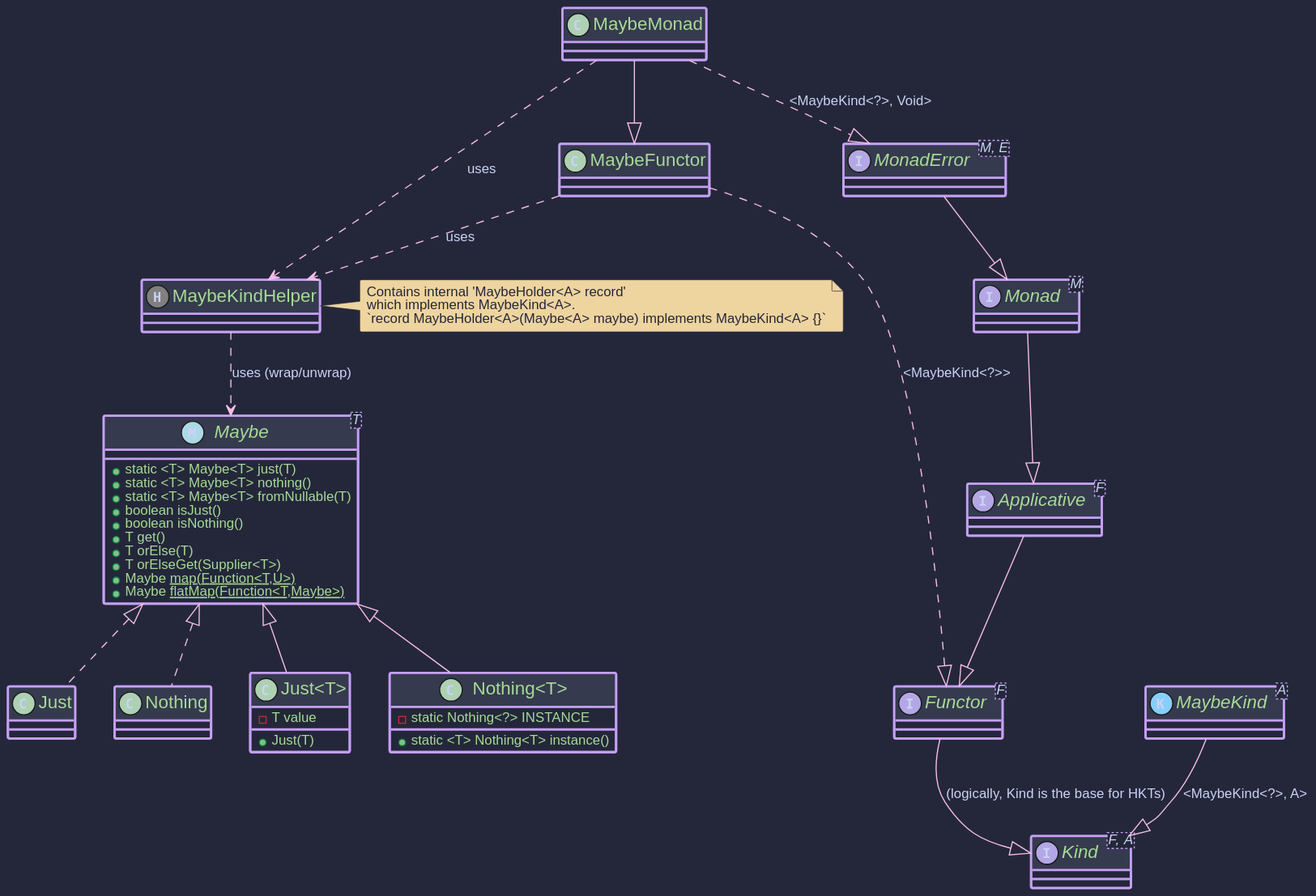
higher-kinded-j/higher-kinded-j keeps this PlantUML diagram as hkj-book/src/images/puml/maybe_monad.svg. Above is the earlier version. Source of this version:
```plantuml
@startuml
!include https://raw.githubusercontent.com/ncosta-ic/catppuccin-macchiato-plantuml-theme/main/theme.puml


interface "Kind<F, A>" as Kind
interface "Functor<F>" as Functor
interface "Applicative<F>" as Applicative
interface "Monad<M>" as MonadBase
interface "MonadError<M, E>" as MonadErrorBase


  interface "Maybe<T>" as MaybeInterface << (M,LightBlue) >> {
    + static <T> Maybe<T> just(T)
    + static <T> Maybe<T> nothing()
    + static <T> Maybe<T> fromNullable(T)
    + boolean isJust()
    + boolean isNothing()
    + T get()
    + T orElse(T)
    + T orElseGet(Supplier<T>)
    + Maybe<U> map(Function<T,U>)
    + Maybe<U> flatMap(Function<T,Maybe<U>>)
  }

  class "Just<T>" extends MaybeInterface {
    - T value
    + Just(T)
  }

  class "Nothing<T>" extends MaybeInterface {
    - static Nothing<?> INSTANCE
    + static <T> Nothing<T> instance()
  }

  interface "MaybeKind<A>" as MaybeKindBase << (K,LightSkyBlue) >> {
  }

  class "MaybeKindHelper" as MaybeKindHelper << (H,grey) >> {
  }
  note right of MaybeKindHelper
    Contains internal 'MaybeHolder<A> record'
    which implements MaybeKind<A>.
    `record MaybeHolder<A>(Maybe<A> maybe) implements MaybeKind<A> {}`
  end note


  class "MaybeFunctor" as MaybeFunctorImpl {
  }

  class "MaybeMonad" as MaybeMonadImpl {
  }


MonadErrorBase --|> MonadBase
MonadBase --|> Applicative
Applicative --|> Functor
Functor --|> Kind : (logically, Kind is the base for HKTs)

MaybeKindBase --|> Kind : <MaybeKind<?>, A>

MaybeFunctorImpl ..|> Functor : <MaybeKind<?>>
MaybeMonadImpl --|> MaybeFunctorImpl
MaybeMonadImpl ..|> MonadErrorBase : <MaybeKind<?>, Void>

MaybeMonadImpl ..> MaybeKindHelper : uses
MaybeFunctorImpl ..> MaybeKindHelper : uses
MaybeKindHelper ..> MaybeInterface : uses (wrap/unwrap)
MaybeInterface <|.. Just
MaybeInterface <|.. Nothing
@enduml
```
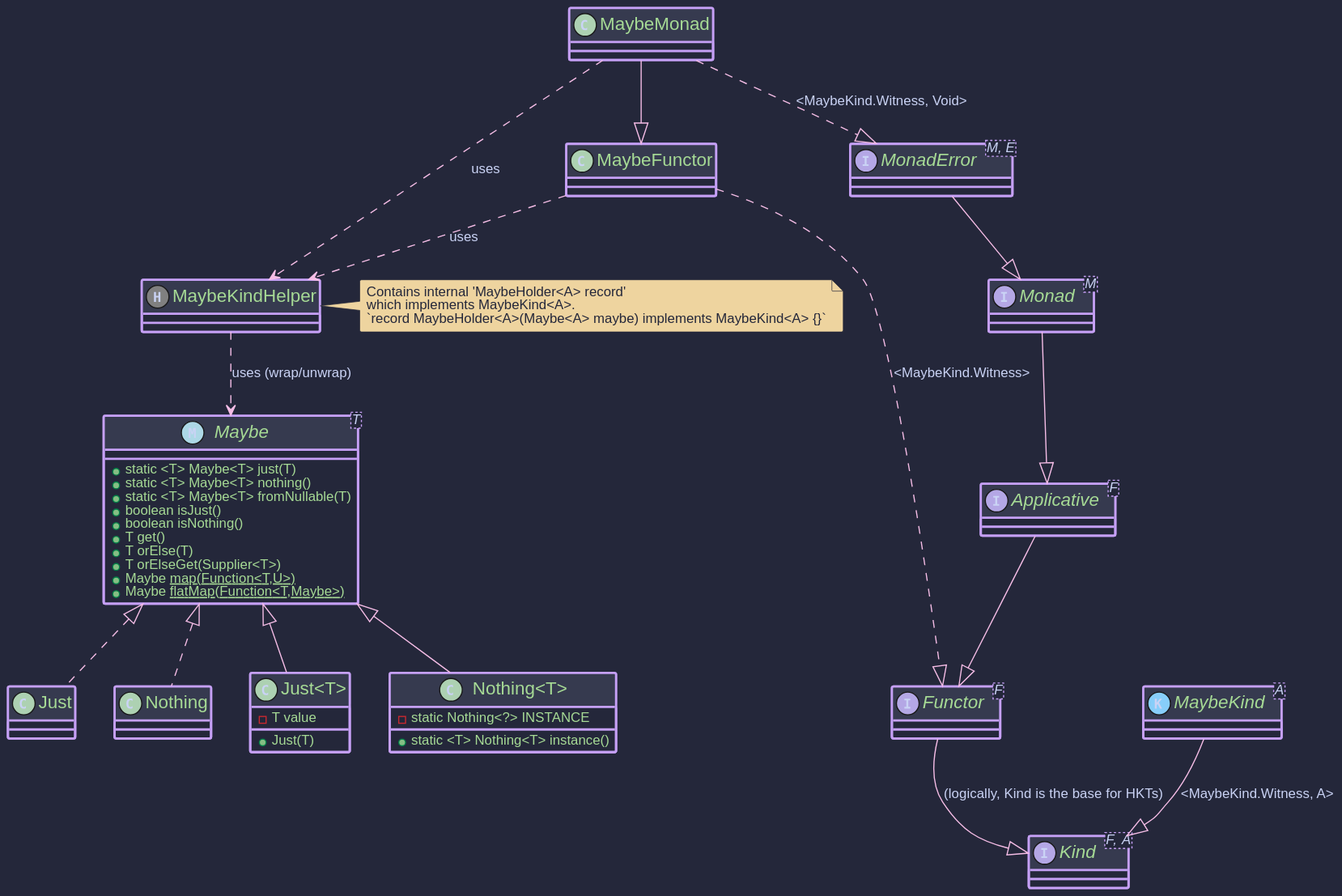
Above is the later version.

Diff of the diagram source:
```diff
@@ -56,11 +56,11 @@
 Applicative --|> Functor
 Functor --|> Kind : (logically, Kind is the base for HKTs)
 
-MaybeKindBase --|> Kind : <MaybeKind<?>, A>
+MaybeKindBase --|> Kind : <MaybeKind.Witness, A>
 
-MaybeFunctorImpl ..|> Functor : <MaybeKind<?>>
+MaybeFunctorImpl ..|> Functor : <MaybeKind.Witness>
 MaybeMonadImpl --|> MaybeFunctorImpl
-MaybeMonadImpl ..|> MonadErrorBase : <MaybeKind<?>, Void>
+MaybeMonadImpl ..|> MonadErrorBase : <MaybeKind.Witness, Void>
 
 MaybeMonadImpl ..> MaybeKindHelper : uses
 MaybeFunctorImpl ..> MaybeKindHelper : uses
```
